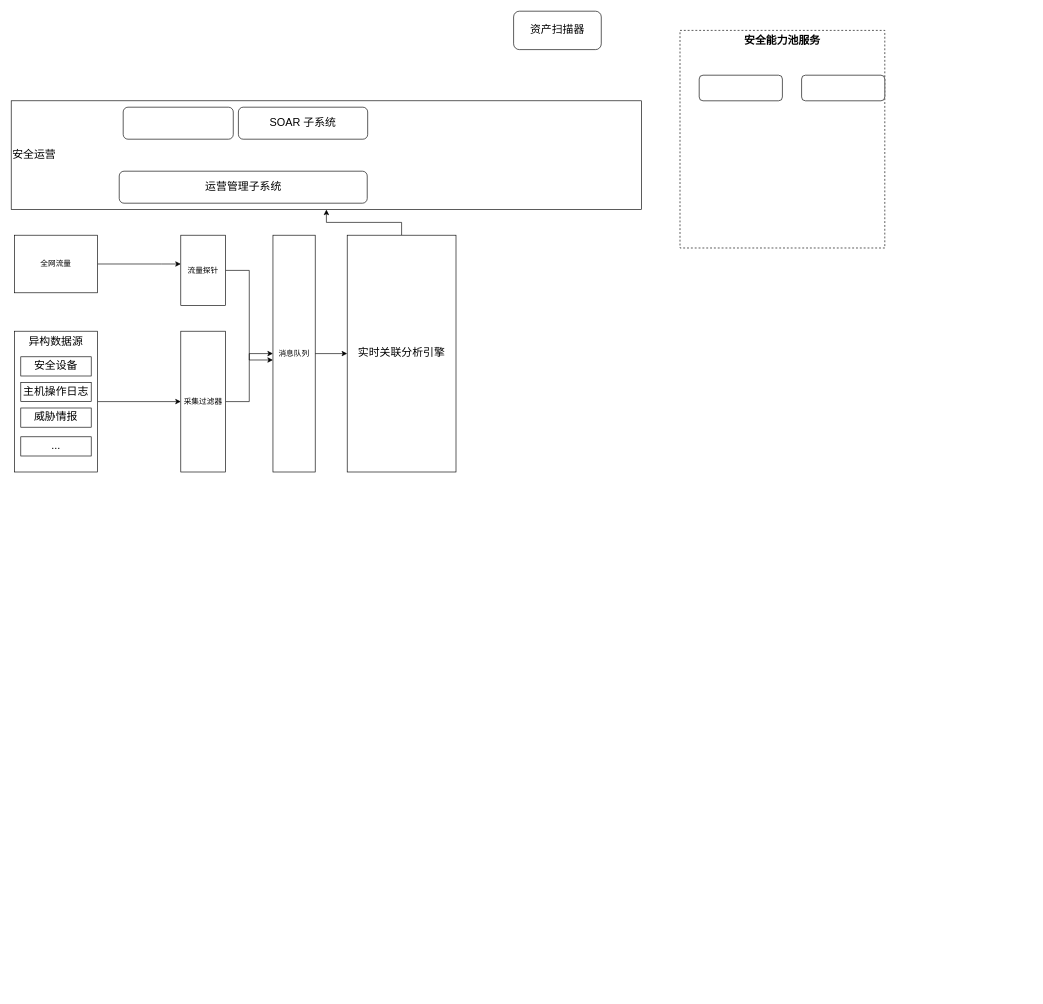
Earlier version of the draw.io diagram 安全大脑系统架构交互图.drawio (liujianqun/draw). Source tidied: cells renumbered, new cells numbered last; positions are measured from the earlier drawing's top-left corner, leaving out a move shared by most shapes. Both pictures are drawn from the tidied source at 64%, with x=0, y=0 at pixel (11, 11).
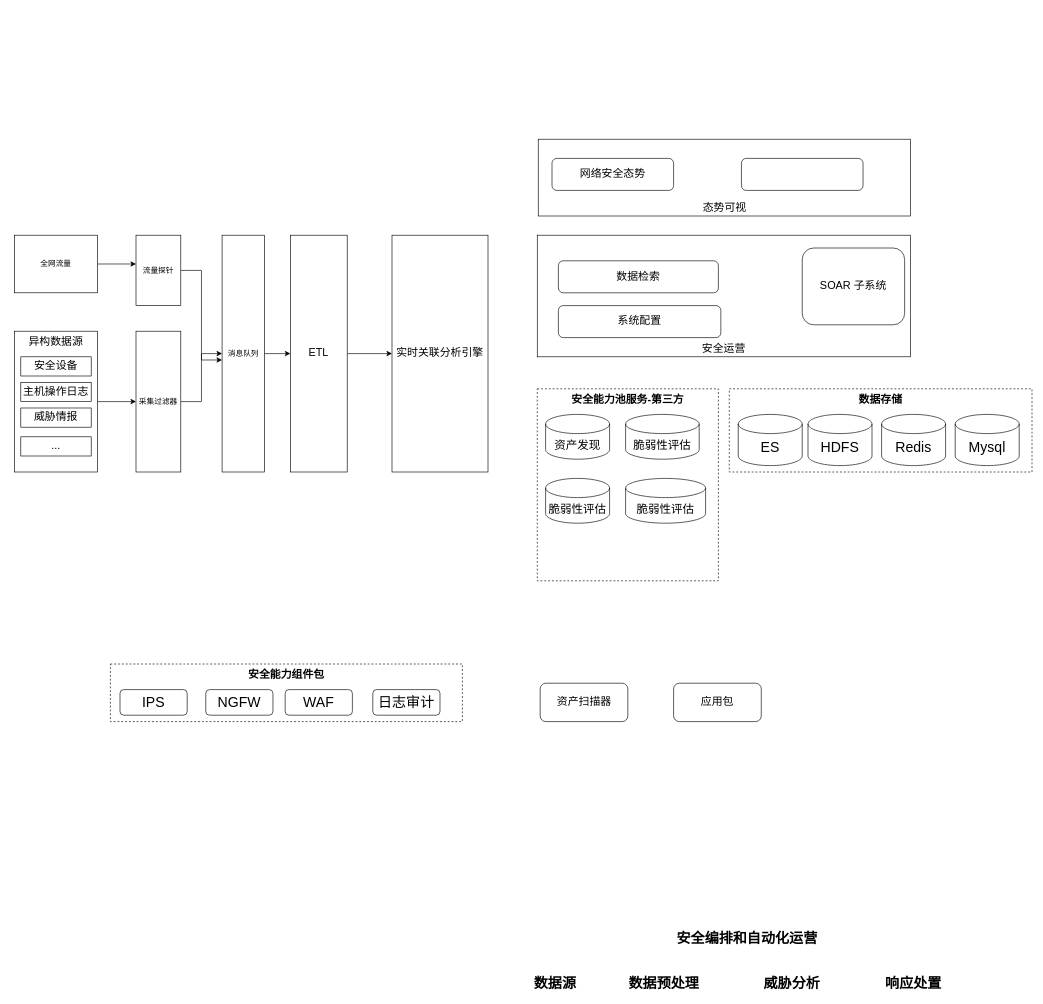
After the change.

Commit message (it also covers changes not shown here):
Update 安全大脑系统架构交互图.drawio

Change to the diagram source:
```diff
@@
     <mxCell id="3" value="流量探针" style="rounded=0;whiteSpace=wrap;html=1;" parent="1" vertex="1">
-      <mxGeometry x="265" y="350" width="70" height="110" as="geometry" />
+      <mxGeometry x="195" y="350" width="70" height="110" as="geometry" />
     </mxCell>
@@
     <mxCell id="5" value="采集过滤器" style="rounded=0;whiteSpace=wrap;html=1;" parent="1" vertex="1">
-      <mxGeometry x="265" y="500" width="70" height="220" as="geometry" />
+      <mxGeometry x="195" y="500" width="70" height="220" as="geometry" />
     </mxCell>
@@
-    <mxCell id="8" style="edgeStyle=orthogonalEdgeStyle;rounded=0;jettySize=auto;html=1;fontSize=17;" parent="1" edge="1" source="9" target="17">
+    <mxCell id="8" style="edgeStyle=orthogonalEdgeStyle;rounded=0;jettySize=auto;html=1;fontSize=17;entryX=0;entryY=0.5;entryDx=0;entryDy=0;" parent="1" edge="1" source="9" target="27">
       <mxGeometry relative="1" as="geometry" />
     </mxCell>
     <mxCell id="9" value="消息队列" style="rounded=0;whiteSpace=wrap;html=1;" parent="1" vertex="1">
-      <mxGeometry x="409" y="350" width="66" height="370" as="geometry" />
+      <mxGeometry x="329.5" y="350" width="66" height="370" as="geometry" />
     </mxCell>
@@
-    <mxCell id="16" style="edgeStyle=orthogonalEdgeStyle;rounded=0;jettySize=auto;html=1;fontSize=17;" parent="1" edge="1" source="17" target="18">
-      <mxGeometry relative="1" as="geometry" />
-    </mxCell>
     <mxCell id="17" value="实时关联分析引擎" style="rounded=0;whiteSpace=wrap;html=1;fontSize=17;" parent="1" vertex="1">
-      <mxGeometry x="525" y="350" width="170" height="370" as="geometry" />
+      <mxGeometry x="595" y="350" width="150" height="370" as="geometry" />
     </mxCell>
-    <mxCell id="18" value="安全运营" style="rounded=0;whiteSpace=wrap;html=1;fontSize=17;align=left;" parent="1" vertex="1">
-      <mxGeometry y="140" width="985" height="170" as="geometry" />
+    <mxCell id="18" value="安全运营" style="rounded=0;whiteSpace=wrap;html=1;fontSize=17;align=center;verticalAlign=bottom;" parent="1" vertex="1">
+      <mxGeometry x="822" y="350" width="583" height="190" as="geometry" />
     </mxCell>
     <mxCell id="19" value="资产扫描器" style="rounded=1;whiteSpace=wrap;html=1;fontSize=17;" parent="1" vertex="1">
-      <mxGeometry x="785" width="137" height="60" as="geometry" />
+      <mxGeometry x="826.5" y="1050" width="137" height="60" as="geometry" />
     </mxCell>
     <mxCell id="20" value="SOAR 子系统" style="rounded=1;whiteSpace=wrap;html=1;fontSize=17;" parent="1" vertex="1">
-      <mxGeometry x="355" y="150" width="202" height="50" as="geometry" />
+      <mxGeometry x="1236" y="370" width="160" height="120" as="geometry" />
     </mxCell>
-    <mxCell id="21" value="运营管理子系统" style="rounded=1;whiteSpace=wrap;html=1;fontSize=17;" parent="1" vertex="1">
-      <mxGeometry x="168.8" y="250" width="387.5" height="50" as="geometry" />
+    <mxCell id="21" value="系统配置" style="rounded=1;whiteSpace=wrap;html=1;fontSize=17;" parent="1" vertex="1">
+      <mxGeometry x="855" y="460" width="253.8" height="50" as="geometry" />
     </mxCell>
-    <mxCell id="22" style="rounded=1;whiteSpace=wrap;html=1;fontSize=17;" parent="1" vertex="1">
-      <mxGeometry x="175" y="150" width="172" height="50" as="geometry" />
+    <mxCell id="22" value="数据检索" style="rounded=1;whiteSpace=wrap;html=1;fontSize=17;" parent="1" vertex="1">
+      <mxGeometry x="855" y="390" width="250" height="50" as="geometry" />
     </mxCell>
-    <mxCell id="23" value="&lt;b&gt;安全能力池服务&lt;/b&gt;" style="rounded=0;whiteSpace=wrap;html=1;fontSize=17;dashed=1;verticalAlign=top;" parent="1" vertex="1">
-      <mxGeometry x="1045" y="30" width="320" height="340" as="geometry" />
+    <mxCell id="23" value="&lt;b&gt;安全能力池服务-第三方&lt;/b&gt;" style="rounded=0;whiteSpace=wrap;html=1;fontSize=17;dashed=1;verticalAlign=top;" parent="1" vertex="1">
+      <mxGeometry x="822" y="590" width="283" height="300" as="geometry" />
     </mxCell>
-    <mxCell id="24" style="rounded=1;whiteSpace=wrap;html=1;fontSize=17;" parent="1" vertex="1">
-      <mxGeometry x="1075" y="100" width="130" height="40" as="geometry" />
-    </mxCell>
-    <mxCell id="25" style="rounded=1;whiteSpace=wrap;html=1;fontSize=17;" parent="1" vertex="1">
-      <mxGeometry x="1235" y="100" width="130" height="40" as="geometry" />
-    </mxCell>
+    <mxCell id="26" style="edgeStyle=orthogonalEdgeStyle;rounded=0;jettySize=auto;html=1;fontSize=17;" parent="1" edge="1" source="27" target="17">
+      <mxGeometry relative="1" as="geometry" />
+    </mxCell>
+    <mxCell id="27" value="ETL" style="rounded=0;whiteSpace=wrap;html=1;fontSize=17;align=center;" parent="1" vertex="1">
+      <mxGeometry x="436.2" y="350" width="88.8" height="370" as="geometry" />
+    </mxCell>
+    <mxCell id="28" value="数据源" style="text;html=1;strokeColor=none;fillColor=none;align=center;verticalAlign=middle;whiteSpace=wrap;rounded=0;fontSize=22;fontStyle=1;" parent="1" vertex="1">
+      <mxGeometry x="815" y="1510" width="70" height="20" as="geometry" />
+    </mxCell>
+    <mxCell id="29" value="数据预处理" style="text;html=1;strokeColor=none;fillColor=none;align=center;verticalAlign=middle;whiteSpace=wrap;rounded=0;fontSize=22;fontStyle=1;" parent="1" vertex="1">
+      <mxGeometry x="955" y="1510" width="130" height="20" as="geometry" />
+    </mxCell>
+    <mxCell id="30" value="威胁分析" style="text;html=1;strokeColor=none;fillColor=none;align=center;verticalAlign=middle;whiteSpace=wrap;rounded=0;fontSize=22;fontStyle=1;" parent="1" vertex="1">
+      <mxGeometry x="1155" y="1510" width="130" height="20" as="geometry" />
+    </mxCell>
+    <mxCell id="31" value="响应处置" style="text;html=1;strokeColor=none;fillColor=none;align=center;verticalAlign=middle;whiteSpace=wrap;rounded=0;fontSize=22;fontStyle=1;" parent="1" vertex="1">
+      <mxGeometry x="1345" y="1510" width="130" height="20" as="geometry" />
+    </mxCell>
+    <mxCell id="32" value="安全编排和自动化运营" style="text;html=1;strokeColor=none;fillColor=none;align=center;verticalAlign=middle;whiteSpace=wrap;rounded=0;fontSize=22;fontStyle=1;" parent="1" vertex="1">
+      <mxGeometry x="995" y="1440" width="310" height="20" as="geometry" />
+    </mxCell>
+    <mxCell id="33" value="&lt;b&gt;安全能力组件包&lt;/b&gt;" style="rounded=0;whiteSpace=wrap;html=1;fontSize=17;dashed=1;verticalAlign=top;" parent="1" vertex="1">
+      <mxGeometry x="155" y="1020" width="550" height="90" as="geometry" />
+    </mxCell>
+    <mxCell id="34" value="资产发现" style="shape=cylinder3;whiteSpace=wrap;html=1;boundedLbl=1;backgroundOutline=1;size=15;fontSize=18;align=center;" parent="1" vertex="1">
+      <mxGeometry x="835" y="630" width="100" height="70" as="geometry" />
+    </mxCell>
+    <mxCell id="35" value="脆弱性评估" style="shape=cylinder3;whiteSpace=wrap;html=1;boundedLbl=1;backgroundOutline=1;size=15;fontSize=18;align=center;" parent="1" vertex="1">
+      <mxGeometry x="960" y="630" width="115" height="70" as="geometry" />
+    </mxCell>
+    <mxCell id="36" value="脆弱性评估" style="shape=cylinder3;whiteSpace=wrap;html=1;boundedLbl=1;backgroundOutline=1;size=15;fontSize=18;align=center;" parent="1" vertex="1">
+      <mxGeometry x="835" y="730" width="100" height="70" as="geometry" />
+    </mxCell>
+    <mxCell id="37" value="应用包" style="rounded=1;whiteSpace=wrap;html=1;fontSize=17;" parent="1" vertex="1">
+      <mxGeometry x="1035" y="1050" width="137" height="60" as="geometry" />
+    </mxCell>
+    <mxCell id="38" value="态势可视" style="rounded=0;whiteSpace=wrap;html=1;fontSize=17;verticalAlign=bottom;" parent="1" vertex="1">
+      <mxGeometry x="823.5" y="200" width="581.5" height="120" as="geometry" />
+    </mxCell>
+    <mxCell id="39" value="网络安全态势" style="rounded=1;whiteSpace=wrap;html=1;fontSize=17;" parent="1" vertex="1">
+      <mxGeometry x="845" y="230" width="190" height="50" as="geometry" />
+    </mxCell>
+    <mxCell id="40" style="rounded=1;whiteSpace=wrap;html=1;fontSize=17;" parent="1" vertex="1">
+      <mxGeometry x="1141" y="230" width="190" height="50" as="geometry" />
+    </mxCell>
+    <mxCell id="41" value="脆弱性评估" style="shape=cylinder3;whiteSpace=wrap;html=1;boundedLbl=1;backgroundOutline=1;size=15;fontSize=18;align=center;" parent="1" vertex="1">
+      <mxGeometry x="960" y="730" width="125" height="70" as="geometry" />
+    </mxCell>
+    <mxCell id="42" value="&lt;b&gt;数据存储&lt;/b&gt;" style="rounded=0;whiteSpace=wrap;html=1;fontSize=17;dashed=1;verticalAlign=top;" parent="1" vertex="1">
+      <mxGeometry x="1122" y="590" width="473" height="130" as="geometry" />
+    </mxCell>
+    <mxCell id="43" value="ES" style="shape=cylinder3;whiteSpace=wrap;html=1;boundedLbl=1;backgroundOutline=1;size=15;fontSize=22;align=center;" parent="1" vertex="1">
+      <mxGeometry x="1136" y="630" width="100" height="80" as="geometry" />
+    </mxCell>
+    <mxCell id="44" value="HDFS" style="shape=cylinder3;whiteSpace=wrap;html=1;boundedLbl=1;backgroundOutline=1;size=15;fontSize=22;align=center;" parent="1" vertex="1">
+      <mxGeometry x="1245" y="630" width="100" height="80" as="geometry" />
+    </mxCell>
+    <mxCell id="45" value="Redis" style="shape=cylinder3;whiteSpace=wrap;html=1;boundedLbl=1;backgroundOutline=1;size=15;fontSize=22;align=center;" parent="1" vertex="1">
+      <mxGeometry x="1360" y="630" width="100" height="80" as="geometry" />
+    </mxCell>
+    <mxCell id="46" value="Mysql" style="shape=cylinder3;whiteSpace=wrap;html=1;boundedLbl=1;backgroundOutline=1;size=15;fontSize=22;align=center;" parent="1" vertex="1">
+      <mxGeometry x="1475" y="630" width="100" height="80" as="geometry" />
+    </mxCell>
+    <mxCell id="47" value="IPS" style="rounded=1;whiteSpace=wrap;html=1;fontSize=22;align=center;" parent="1" vertex="1">
+      <mxGeometry x="170" y="1060" width="105" height="40" as="geometry" />
+    </mxCell>
+    <mxCell id="48" value="NGFW" style="rounded=1;whiteSpace=wrap;html=1;fontSize=22;align=center;" parent="1" vertex="1">
+      <mxGeometry x="304" y="1060" width="105" height="40" as="geometry" />
+    </mxCell>
+    <mxCell id="49" value="WAF" style="rounded=1;whiteSpace=wrap;html=1;fontSize=22;align=center;" parent="1" vertex="1">
+      <mxGeometry x="428.1" y="1060" width="105" height="40" as="geometry" />
+    </mxCell>
+    <mxCell id="50" value="日志审计" style="rounded=1;whiteSpace=wrap;html=1;fontSize=22;align=center;" parent="1" vertex="1">
+      <mxGeometry x="565" y="1060" width="105" height="40" as="geometry" />
+    </mxCell>
```
